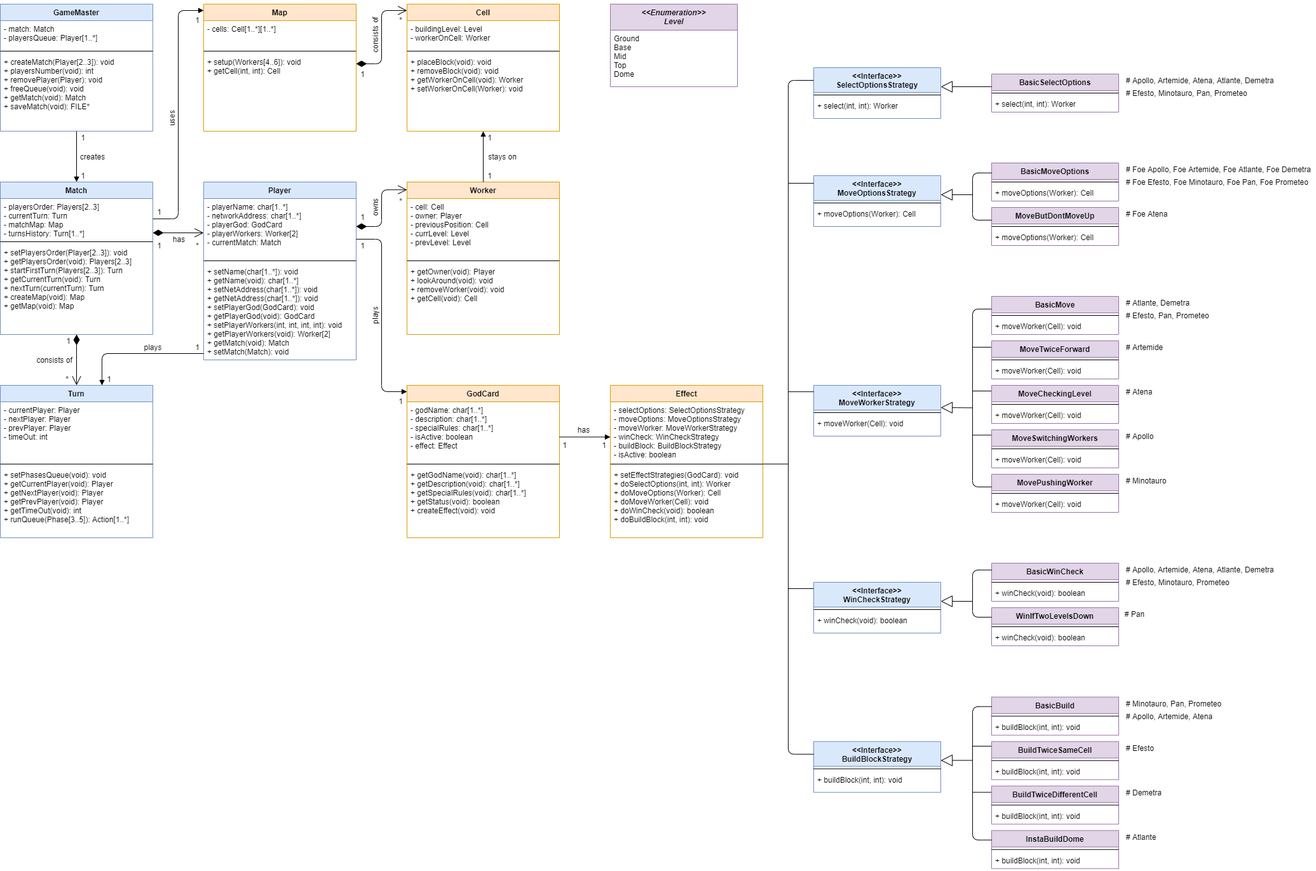
Earlier version of the draw.io export deliverables/UML/Model.png (DomenicoArmillotta/ing-sw-2019-Armillotta-Anese-Borghetti). Source tidied: cells renumbered, new cells last; positions are measured from the earlier drawing's top-left corner, leaving out a move shared by most shapes.
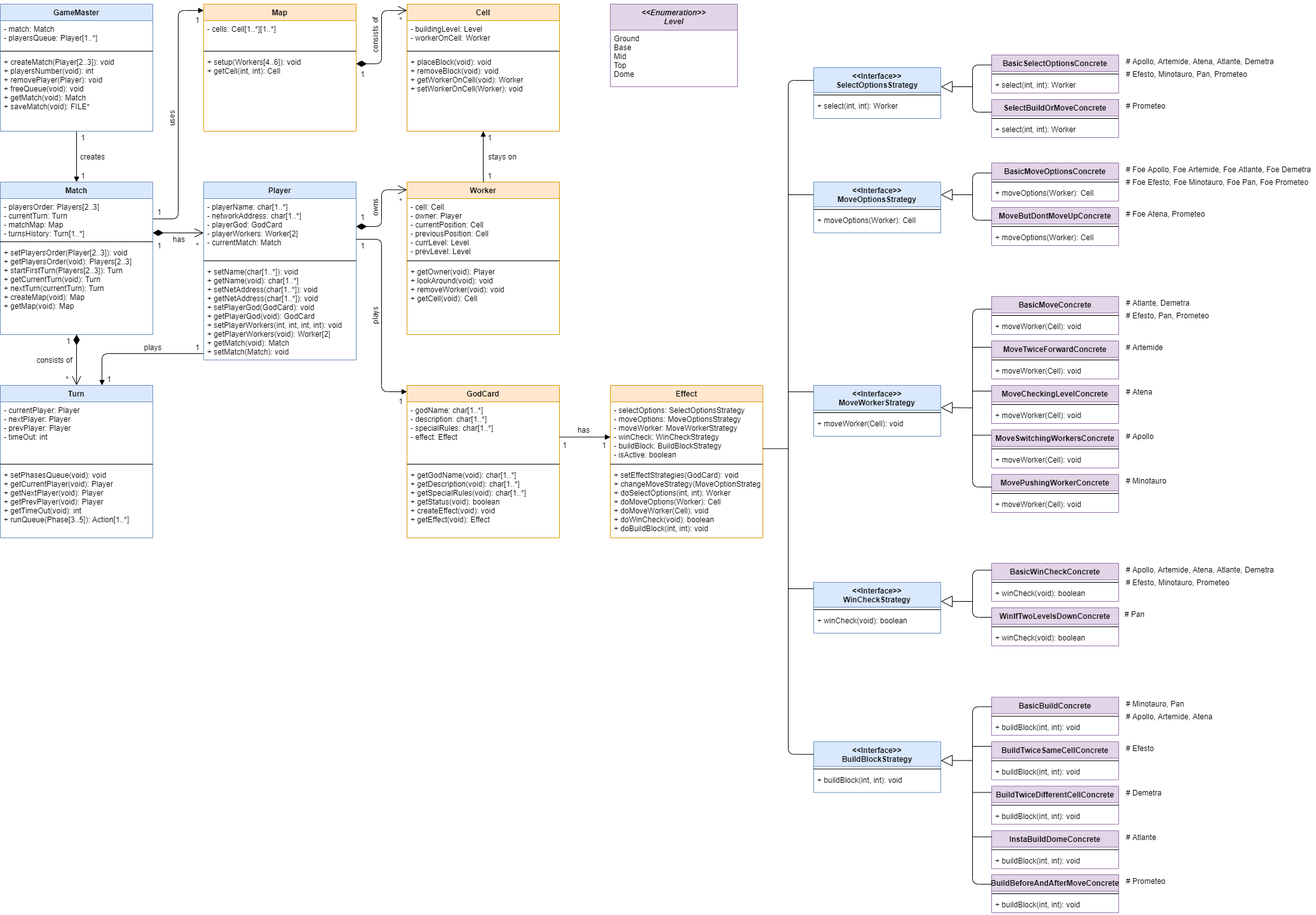
The same file after the commit.

Commit message:
Updated UML Model

Diff of the diagram source:
```diff
@@ -85,3 +85,3 @@
     </mxCell>
-    <mxCell id="29" value="- cell: Cell&#10;- owner: Player&#10;- previousPosition: Cell&#10;- currLevel: Level&#10;- prevLevel: Level" style="text;strokeColor=none;fillColor=none;align=left;verticalAlign=top;spacingLeft=4;spacingRight=4;overflow=hidden;" parent="28" vertex="1">
+    <mxCell id="29" value="- cell: Cell&#10;- owner: Player&#10;- currentPosition: Cell&#10;- previousPosition: Cell&#10;- currLevel: Level&#10;- prevLevel: Level" style="text;strokeColor=none;fillColor=none;align=left;verticalAlign=top;spacingLeft=4;spacingRight=4;overflow=hidden;" parent="28" vertex="1">
       <mxGeometry y="26" width="240" height="94" as="geometry" />
@@ -111,3 +111,3 @@
     </mxCell>
-    <mxCell id="35" value="- godName: char[1..*]&#10;- description: char[1..*]&#10;- specialRules: char[1..*]&#10;- isActive: boolean&#10;- effect: Effect" style="text;strokeColor=none;fillColor=none;align=left;verticalAlign=top;spacingLeft=4;spacingRight=4;overflow=hidden;" parent="34" vertex="1">
+    <mxCell id="35" value="- godName: char[1..*]&#10;- description: char[1..*]&#10;- specialRules: char[1..*]&#10;- effect: Effect" style="text;strokeColor=none;fillColor=none;align=left;verticalAlign=top;spacingLeft=4;spacingRight=4;overflow=hidden;" parent="34" vertex="1">
       <mxGeometry y="26" width="240" height="94" as="geometry" />
@@ -117,6 +117,6 @@
     </mxCell>
-    <mxCell id="37" value="+ getGodName(void): char[1..*]&#10;+ getDescription(void): char[1..*]&#10;+ getSpecialRules(void): char[1..*]&#10;+ getStatus(void): boolean&#10;+ createEffect(void): void" style="text;strokeColor=none;fillColor=none;align=left;verticalAlign=top;spacingLeft=4;spacingRight=4;overflow=hidden;" parent="34" vertex="1">
+    <mxCell id="37" value="+ getGodName(void): char[1..*]&#10;+ getDescription(void): char[1..*]&#10;+ getSpecialRules(void): char[1..*]&#10;+ getStatus(void): boolean&#10;+ createEffect(void): void&#10;+ getEffect(void): Effect" style="text;strokeColor=none;fillColor=none;align=left;verticalAlign=top;spacingLeft=4;spacingRight=4;overflow=hidden;" parent="34" vertex="1">
       <mxGeometry y="128" width="240" height="112" as="geometry" />
     </mxCell>
-    <mxCell id="38" value="BasicMove" style="swimlane;fontStyle=1;align=center;verticalAlign=top;horizontal=1;startSize=26;fillColor=#e1d5e7;strokeColor=#9673a6;" parent="1" vertex="1">
+    <mxCell id="38" value="BasicMoveConcrete" style="swimlane;fontStyle=1;align=center;verticalAlign=top;horizontal=1;startSize=26;fillColor=#e1d5e7;strokeColor=#9673a6;" parent="1" vertex="1">
       <mxGeometry x="1560" y="460" width="200" height="60" as="geometry" />
@@ -138,3 +138,3 @@
     </mxCell>
-    <mxCell id="44" value="+ setEffectStrategies(GodCard): void&#10;+ doSelectOptions(int, int): Worker&#10;+ doMoveOptions(Worker): Cell&#10;+ doMoveWorker(Cell): void&#10;+ doWinCheck(void): boolean&#10;+ doBuildBlock(int, int): void" style="text;strokeColor=none;fillColor=none;align=left;verticalAlign=top;spacingLeft=4;spacingRight=4;overflow=hidden;" parent="41" vertex="1">
+    <mxCell id="44" value="+ setEffectStrategies(GodCard): void&#10;+ changeMoveStrategy(MoveOptionStrategy): void&#10;+ doSelectOptions(int, int): Worker&#10;+ doMoveOptions(Worker): Cell&#10;+ doMoveWorker(Cell): void&#10;+ doWinCheck(void): boolean&#10;+ doBuildBlock(int, int): void" style="text;strokeColor=none;fillColor=none;align=left;verticalAlign=top;spacingLeft=4;spacingRight=4;overflow=hidden;" parent="41" vertex="1">
       <mxGeometry y="128" width="240" height="112" as="geometry" />
@@ -150,4 +150,4 @@
     </mxCell>
-    <mxCell id="48" value="BasicSelectOptions" style="swimlane;fontStyle=1;align=center;verticalAlign=top;horizontal=1;startSize=26;fillColor=#e1d5e7;strokeColor=#9673a6;" parent="1" vertex="1">
-      <mxGeometry x="1560" y="110" width="200" height="60" as="geometry" />
+    <mxCell id="48" value="BasicSelectOptionsConcrete" style="swimlane;fontStyle=1;align=center;verticalAlign=top;horizontal=1;startSize=26;fillColor=#e1d5e7;strokeColor=#9673a6;" parent="1" vertex="1">
+      <mxGeometry x="1560" y="80" width="200" height="60" as="geometry" />
     </mxCell>
@@ -160,3 +160,3 @@
     <mxCell id="51" value="&lt;&lt;Interface&gt;&gt;&#10;MoveOptionsStrategy" style="swimlane;fontStyle=1;align=center;verticalAlign=top;horizontal=1;startSize=39;fillColor=#dae8fc;strokeColor=#6c8ebf;" parent="1" vertex="1">
-      <mxGeometry x="1280" y="270" width="200" height="80" as="geometry" />
+      <mxGeometry x="1280" y="280" width="200" height="80" as="geometry" />
     </mxCell>
@@ -168,3 +168,3 @@
     </mxCell>
-    <mxCell id="54" value="MoveButDontMoveUp" style="swimlane;fontStyle=1;align=center;verticalAlign=top;horizontal=1;startSize=26;fillColor=#e1d5e7;strokeColor=#9673a6;" parent="1" vertex="1">
+    <mxCell id="54" value="MoveButDontMoveUpConcrete" style="swimlane;fontStyle=1;align=center;verticalAlign=top;horizontal=1;startSize=26;fillColor=#e1d5e7;strokeColor=#9673a6;" parent="1" vertex="1">
       <mxGeometry x="1560" y="320" width="200" height="60" as="geometry" />
@@ -177,3 +177,3 @@
     </mxCell>
-    <mxCell id="57" value="BasicMoveOptions" style="swimlane;fontStyle=1;align=center;verticalAlign=top;horizontal=1;startSize=26;fillColor=#e1d5e7;strokeColor=#9673a6;" parent="1" vertex="1">
+    <mxCell id="57" value="BasicMoveOptionsConcrete" style="swimlane;fontStyle=1;align=center;verticalAlign=top;horizontal=1;startSize=26;fillColor=#e1d5e7;strokeColor=#9673a6;" parent="1" vertex="1">
       <mxGeometry x="1560" y="250" width="200" height="60" as="geometry" />
@@ -213,3 +213,3 @@
     </mxCell>
-    <mxCell id="69" value="MovePushingWorker" style="swimlane;fontStyle=1;align=center;verticalAlign=top;horizontal=1;startSize=26;fillColor=#e1d5e7;strokeColor=#9673a6;" parent="1" vertex="1">
+    <mxCell id="69" value="MovePushingWorkerConcrete" style="swimlane;fontStyle=1;align=center;verticalAlign=top;horizontal=1;startSize=26;fillColor=#e1d5e7;strokeColor=#9673a6;" parent="1" vertex="1">
       <mxGeometry x="1560" y="740" width="200" height="60" as="geometry" />
@@ -222,3 +222,3 @@
     </mxCell>
-    <mxCell id="72" value="BasicWinCheck" style="swimlane;fontStyle=1;align=center;verticalAlign=top;horizontal=1;startSize=26;fillColor=#e1d5e7;strokeColor=#9673a6;" parent="1" vertex="1">
+    <mxCell id="72" value="BasicWinCheckConcrete" style="swimlane;fontStyle=1;align=center;verticalAlign=top;horizontal=1;startSize=26;fillColor=#e1d5e7;strokeColor=#9673a6;" parent="1" vertex="1">
       <mxGeometry x="1560" y="880" width="200" height="60" as="geometry" />
@@ -231,3 +231,3 @@
     </mxCell>
-    <mxCell id="75" value="InstaBuildDome" style="swimlane;fontStyle=1;align=center;verticalAlign=top;horizontal=1;startSize=26;fillColor=#e1d5e7;strokeColor=#9673a6;" parent="1" vertex="1">
+    <mxCell id="75" value="InstaBuildDomeConcrete" style="swimlane;fontStyle=1;align=center;verticalAlign=top;horizontal=1;startSize=26;fillColor=#e1d5e7;strokeColor=#9673a6;" parent="1" vertex="1">
       <mxGeometry x="1560" y="1300.7" width="200" height="60" as="geometry" />
@@ -240,3 +240,3 @@
     </mxCell>
-    <mxCell id="78" value="BasicBuild" style="swimlane;fontStyle=1;align=center;verticalAlign=top;horizontal=1;startSize=26;fillColor=#e1d5e7;strokeColor=#9673a6;" parent="1" vertex="1">
+    <mxCell id="78" value="BasicBuildConcrete" style="swimlane;fontStyle=1;align=center;verticalAlign=top;horizontal=1;startSize=26;fillColor=#e1d5e7;strokeColor=#9673a6;" parent="1" vertex="1">
       <mxGeometry x="1560" y="1090.7" width="200" height="60" as="geometry" />
@@ -249,3 +249,3 @@
     </mxCell>
-    <mxCell id="81" value="WinIfTwoLevelsDown" style="swimlane;fontStyle=1;align=center;verticalAlign=top;horizontal=1;startSize=26;fillColor=#e1d5e7;strokeColor=#9673a6;" parent="1" vertex="1">
+    <mxCell id="81" value="WinIfTwoLevelsDownConcrete" style="swimlane;fontStyle=1;align=center;verticalAlign=top;horizontal=1;startSize=26;fillColor=#e1d5e7;strokeColor=#9673a6;" parent="1" vertex="1">
       <mxGeometry x="1560" y="950" width="200" height="60" as="geometry" />
@@ -259,3 +259,3 @@
     <mxCell id="84" value="# Apollo, Artemide, Atena, Atlante, Demetra" style="text;html=1;align=left;verticalAlign=middle;" parent="1" vertex="1">
-      <mxGeometry x="1770" y="110" width="250" height="20" as="geometry" />
+      <mxGeometry x="1770" y="80" width="250" height="20" as="geometry" />
     </mxCell>
@@ -264,4 +264,4 @@
     </mxCell>
-    <mxCell id="86" value="# Foe Atena" style="text;html=1;align=left;verticalAlign=middle;" parent="1" vertex="1">
-      <mxGeometry x="1770" y="320" width="80" height="20" as="geometry" />
+    <mxCell id="86" value="# Foe Atena, Prometeo" style="text;html=1;align=left;verticalAlign=middle;" parent="1" vertex="1">
+      <mxGeometry x="1770" y="320" width="140" height="20" as="geometry" />
     </mxCell>
@@ -283,3 +283,3 @@
     <mxCell id="92" value="# Efesto, Minotauro, Pan, Prometeo" style="text;html=1;align=left;verticalAlign=middle;" parent="1" vertex="1">
-      <mxGeometry x="1770" y="130" width="210" height="20" as="geometry" />
+      <mxGeometry x="1770" y="100" width="210" height="20" as="geometry" />
     </mxCell>
@@ -306,4 +306,4 @@
     </mxCell>
-    <mxCell id="100" value="# Minotauro, Pan, Prometeo" style="text;html=1;align=left;verticalAlign=middle;" parent="1" vertex="1">
-      <mxGeometry x="1770" y="1090.7" width="170" height="20" as="geometry" />
+    <mxCell id="100" value="# Minotauro, Pan" style="text;html=1;align=left;verticalAlign=middle;" parent="1" vertex="1">
+      <mxGeometry x="1770" y="1090.7" width="110" height="20" as="geometry" />
     </mxCell>
@@ -479,4 +479,4 @@
       <mxGeometry relative="1" as="geometry">
-        <mxPoint x="1200" y="723.9" as="sourcePoint" />
-        <mxPoint x="1240" y="723.9" as="targetPoint" />
+        <mxPoint x="1200" y="699.6" as="sourcePoint" />
+        <mxPoint x="1240" y="699.6" as="targetPoint" />
       </mxGeometry>
@@ -503,4 +503,4 @@
       <mxGeometry relative="1" as="geometry">
-        <mxPoint x="1240" y="281.9" as="sourcePoint" />
-        <mxPoint x="1280" y="281.9" as="targetPoint" />
+        <mxPoint x="1240" y="300" as="sourcePoint" />
+        <mxPoint x="1280" y="300" as="targetPoint" />
       </mxGeometry>
@@ -527,3 +527,3 @@
       <mxGeometry x="-0.25" relative="1" as="geometry">
-        <mxPoint x="1560" y="130" as="sourcePoint" />
+        <mxPoint x="1530" y="130" as="sourcePoint" />
         <mxPoint x="1480" y="130" as="targetPoint" />
@@ -555,3 +555,3 @@
     </mxCell>
-    <mxCell id="164" style="endArrow=none;html=1;edgeStyle=orthogonalEdgeStyle;exitX=0;exitY=0.25;exitDx=0;exitDy=0;entryX=0;entryY=0.25;entryDx=0;entryDy=0;" parent="1" edge="1" source="78" target="75">
+    <mxCell id="164" style="endArrow=none;html=1;edgeStyle=orthogonalEdgeStyle;exitX=0;exitY=0.25;exitDx=0;exitDy=0;entryX=0;entryY=0.25;entryDx=0;entryDy=0;" parent="1" edge="1" source="78" target="206">
       <mxGeometry relative="1" as="geometry">
@@ -559,3 +559,3 @@
           <mxPoint x="1530" y="1106" />
-          <mxPoint x="1530" y="1316" />
+          <mxPoint x="1530" y="1385" />
         </Array>
@@ -626,3 +626,3 @@
     </mxCell>
-    <mxCell id="179" value="MoveTwiceForward" style="swimlane;fontStyle=1;align=center;verticalAlign=top;horizontal=1;startSize=26;fillColor=#e1d5e7;strokeColor=#9673a6;" parent="1" vertex="1">
+    <mxCell id="179" value="MoveTwiceForwardConcrete" style="swimlane;fontStyle=1;align=center;verticalAlign=top;horizontal=1;startSize=26;fillColor=#e1d5e7;strokeColor=#9673a6;" parent="1" vertex="1">
       <mxGeometry x="1560" y="530" width="200" height="60" as="geometry" />
@@ -647,3 +647,3 @@
     </mxCell>
-    <mxCell id="185" value="MoveCheckingLevel" style="swimlane;fontStyle=1;align=center;verticalAlign=top;horizontal=1;startSize=26;fillColor=#e1d5e7;strokeColor=#9673a6;" parent="1" vertex="1">
+    <mxCell id="185" value="MoveCheckingLevelConcrete" style="swimlane;fontStyle=1;align=center;verticalAlign=top;horizontal=1;startSize=26;fillColor=#e1d5e7;strokeColor=#9673a6;" parent="1" vertex="1">
       <mxGeometry x="1560" y="600" width="200" height="60" as="geometry" />
@@ -668,3 +668,3 @@
     </mxCell>
-    <mxCell id="191" value="MoveSwitchingWorkers" style="swimlane;fontStyle=1;align=center;verticalAlign=top;horizontal=1;startSize=26;fillColor=#e1d5e7;strokeColor=#9673a6;" parent="1" vertex="1">
+    <mxCell id="191" value="MoveSwitchingWorkersConcrete" style="swimlane;fontStyle=1;align=center;verticalAlign=top;horizontal=1;startSize=26;fillColor=#e1d5e7;strokeColor=#9673a6;" parent="1" vertex="1">
       <mxGeometry x="1560" y="670" width="200" height="60" as="geometry" />
@@ -689,3 +689,3 @@
     </mxCell>
-    <mxCell id="197" value="BuildTwiceSameCell" style="swimlane;fontStyle=1;align=center;verticalAlign=top;horizontal=1;startSize=26;fillColor=#e1d5e7;strokeColor=#9673a6;" parent="1" vertex="1">
+    <mxCell id="197" value="BuildTwiceSameCellConcrete" style="swimlane;fontStyle=1;align=center;verticalAlign=top;horizontal=1;startSize=26;fillColor=#e1d5e7;strokeColor=#9673a6;" parent="1" vertex="1">
       <mxGeometry x="1560" y="1160.7" width="200" height="60" as="geometry" />
@@ -710,3 +710,3 @@
     </mxCell>
-    <mxCell id="203" value="BuildTwiceDifferentCell" style="swimlane;fontStyle=1;align=center;verticalAlign=top;horizontal=1;startSize=26;fillColor=#e1d5e7;strokeColor=#9673a6;" parent="1" vertex="1">
+    <mxCell id="203" value="BuildTwiceDifferentCellConcrete" style="swimlane;fontStyle=1;align=center;verticalAlign=top;horizontal=1;startSize=26;fillColor=#e1d5e7;strokeColor=#9673a6;" parent="1" vertex="1">
       <mxGeometry x="1560" y="1230.7" width="200" height="60" as="geometry" />
@@ -719,2 +719,54 @@
     </mxCell>
+    <mxCell id="206" value="BuildBeforeAndAfterMoveConcrete" style="swimlane;fontStyle=1;align=center;verticalAlign=top;horizontal=1;startSize=26;fillColor=#e1d5e7;strokeColor=#9673a6;" parent="1" vertex="1">
+      <mxGeometry x="1560" y="1370" width="200" height="60" as="geometry" />
+    </mxCell>
+    <mxCell id="207" style="line;strokeWidth=1;fillColor=none;align=left;verticalAlign=middle;spacingTop=-1;spacingLeft=3;spacingRight=3;labelPosition=right;" parent="206" vertex="1">
+      <mxGeometry y="26" width="200" height="8" as="geometry" />
+    </mxCell>
+    <mxCell id="208" value="+ buildBlock(int, int): void" style="text;strokeColor=none;fillColor=none;align=left;verticalAlign=top;spacingLeft=4;spacingRight=4;overflow=hidden;" parent="206" vertex="1">
+      <mxGeometry y="34" width="200" height="26" as="geometry" />
+    </mxCell>
+    <mxCell id="209" style="endArrow=none;html=1;edgeStyle=orthogonalEdgeStyle;fontFamily=Helvetica;" parent="1" edge="1">
+      <mxGeometry relative="1" as="geometry">
+        <mxPoint x="1530" y="1310.6" as="sourcePoint" />
+        <mxPoint x="1560" y="1310.6" as="targetPoint" />
+      </mxGeometry>
+    </mxCell>
+    <mxCell id="210" style="html=1;align=left;verticalAlign=bottom;labelBackgroundColor=#ffffff;fontSize=10;" parent="209" vertex="1">
+      <mxGeometry x="-1" relative="1" as="geometry" />
+    </mxCell>
+    <mxCell id="211" style="html=1;align=right;verticalAlign=bottom;labelBackgroundColor=#ffffff;fontSize=10;" parent="209" vertex="1">
+      <mxGeometry x="1" relative="1" as="geometry" />
+    </mxCell>
+    <mxCell id="212" value="# Prometeo" style="text;html=1;align=left;verticalAlign=middle;" parent="1" vertex="1">
+      <mxGeometry x="1770" y="1370" width="80" height="20" as="geometry" />
+    </mxCell>
+    <mxCell id="213" value="SelectBuildOrMoveConcrete" style="swimlane;fontStyle=1;align=center;verticalAlign=top;horizontal=1;startSize=26;fillColor=#e1d5e7;strokeColor=#9673a6;" parent="1" vertex="1">
+      <mxGeometry x="1560" y="150" width="200" height="60" as="geometry" />
+    </mxCell>
+    <mxCell id="214" style="line;strokeWidth=1;fillColor=none;align=left;verticalAlign=middle;spacingTop=-1;spacingLeft=3;spacingRight=3;labelPosition=right;" parent="213" vertex="1">
+      <mxGeometry y="26" width="200" height="8" as="geometry" />
+    </mxCell>
+    <mxCell id="215" value="+ select(int, int): Worker" style="text;strokeColor=none;fillColor=none;align=left;verticalAlign=top;spacingLeft=4;spacingRight=4;overflow=hidden;" parent="213" vertex="1">
+      <mxGeometry y="34" width="200" height="26" as="geometry" />
+    </mxCell>
+    <mxCell id="216" style="endArrow=none;html=1;edgeStyle=orthogonalEdgeStyle;exitX=0;exitY=0.25;exitDx=0;exitDy=0;entryX=0;entryY=0.25;entryDx=0;entryDy=0;" parent="1" edge="1">
+      <mxGeometry relative="1" as="geometry">
+        <mxPoint x="1560" y="95.7" as="sourcePoint" />
+        <mxPoint x="1560" y="170" as="targetPoint" />
+        <Array as="points">
+          <mxPoint x="1530" y="96" />
+          <mxPoint x="1530" y="170" />
+        </Array>
+      </mxGeometry>
+    </mxCell>
+    <mxCell id="217" style="html=1;align=left;verticalAlign=bottom;labelBackgroundColor=#ffffff;fontSize=10;" parent="216" vertex="1">
+      <mxGeometry x="-1" relative="1" as="geometry" />
+    </mxCell>
+    <mxCell id="218" style="html=1;align=right;verticalAlign=bottom;labelBackgroundColor=#ffffff;fontSize=10;" parent="216" vertex="1">
+      <mxGeometry x="1" relative="1" as="geometry" />
+    </mxCell>
+    <mxCell id="219" value="# Prometeo" style="text;html=1;align=left;verticalAlign=middle;" parent="1" vertex="1">
+      <mxGeometry x="1770" y="150" width="80" height="20" as="geometry" />
+    </mxCell>
   </root>
```
